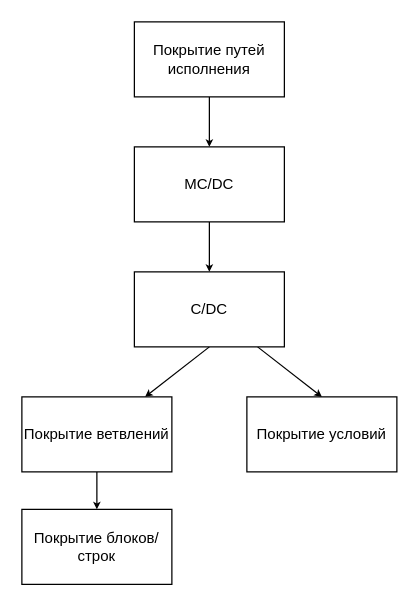
Before: images/Coverage_criteria.drawio in PakhomovAlexander/dissertation, a draw.io diagram. Source tidied: cells renumbered, new cells numbered last; positions are measured from the earlier drawing's top-left corner, leaving out a move shared by most shapes. Both pictures are drawn from the tidied source at 125%, with x=0, y=0 at pixel (21, 21).
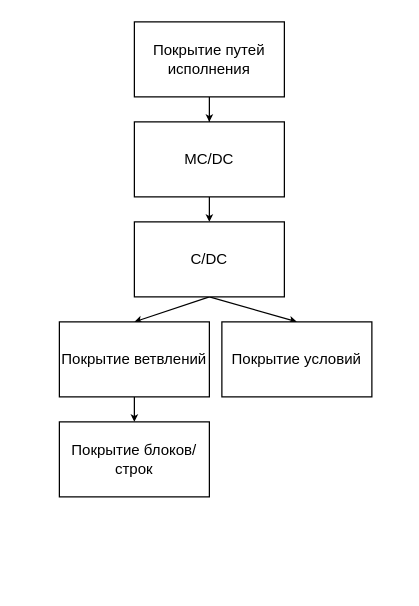
The same page after the edit.

The edit, as a diff of the source:
```diff
@@
 <mxGraphModel>
   <root>
     <mxCell id="0" />
     <mxCell id="1" parent="0" />
     <mxCell id="2" style="edgeStyle=orthogonalEdgeStyle;rounded=0;jettySize=auto;html=1;entryX=0.5;entryY=0;entryDx=0;entryDy=0;endSize=3;" parent="1" edge="1" source="3" target="5">
       <mxGeometry relative="1" as="geometry" />
     </mxCell>
     <mxCell id="3" value="Покрытие путей исполнения" style="rounded=0;whiteSpace=wrap;html=1;" parent="1" vertex="1">
       <mxGeometry x="90" width="120" height="60" as="geometry" />
     </mxCell>
     <mxCell id="4" style="edgeStyle=orthogonalEdgeStyle;rounded=0;jettySize=auto;html=1;exitX=0.5;exitY=1;exitDx=0;exitDy=0;entryX=0.5;entryY=0;entryDx=0;entryDy=0;endSize=3;" parent="1" edge="1" source="5" target="8">
       <mxGeometry relative="1" as="geometry" />
     </mxCell>
     <mxCell id="5" value="MC/DC" style="rounded=0;whiteSpace=wrap;html=1;" parent="1" vertex="1">
-      <mxGeometry x="90" y="100" width="120" height="60" as="geometry" />
+      <mxGeometry x="90" y="80" width="120" height="60" as="geometry" />
     </mxCell>
-    <mxCell id="6" style="rounded=0;jettySize=auto;html=1;exitX=0.5;exitY=1;exitDx=0;exitDy=0;endSize=3;" parent="1" edge="1" source="8" target="10">
+    <mxCell id="6" style="rounded=0;jettySize=auto;html=1;exitX=0.5;exitY=1;exitDx=0;exitDy=0;endSize=3;entryX=0.5;entryY=0;entryDx=0;entryDy=0;" parent="1" edge="1" source="8" target="10">
       <mxGeometry relative="1" as="geometry" />
     </mxCell>
-    <mxCell id="7" style="edgeStyle=none;rounded=0;jettySize=auto;html=1;entryX=0.5;entryY=0;entryDx=0;entryDy=0;endSize=3;" parent="1" edge="1" source="8" target="12">
+    <mxCell id="7" style="edgeStyle=none;rounded=0;jettySize=auto;html=1;entryX=0.5;entryY=0;entryDx=0;entryDy=0;endSize=3;exitX=0.5;exitY=1;exitDx=0;exitDy=0;" parent="1" edge="1" source="8" target="12">
       <mxGeometry relative="1" as="geometry" />
     </mxCell>
     <mxCell id="8" value="C/DC" style="rounded=0;whiteSpace=wrap;html=1;" parent="1" vertex="1">
-      <mxGeometry x="90" y="200" width="120" height="60" as="geometry" />
+      <mxGeometry x="90" y="160" width="120" height="60" as="geometry" />
     </mxCell>
     <mxCell id="9" style="edgeStyle=none;rounded=0;jettySize=auto;html=1;entryX=0.5;entryY=0;entryDx=0;entryDy=0;endSize=3;" parent="1" edge="1" source="10" target="11">
       <mxGeometry relative="1" as="geometry" />
     </mxCell>
     <mxCell id="10" value="Покрытие ветвлений" style="rounded=0;whiteSpace=wrap;html=1;" parent="1" vertex="1">
-      <mxGeometry y="300" width="120" height="60" as="geometry" />
+      <mxGeometry x="30" y="240" width="120" height="60" as="geometry" />
     </mxCell>
     <mxCell id="11" value="Покрытие блоков/строк" style="rounded=0;whiteSpace=wrap;html=1;" parent="1" vertex="1">
-      <mxGeometry y="390" width="120" height="60" as="geometry" />
+      <mxGeometry x="30" y="320" width="120" height="60" as="geometry" />
     </mxCell>
     <mxCell id="12" value="Покрытие условий" style="rounded=0;whiteSpace=wrap;html=1;" parent="1" vertex="1">
-      <mxGeometry x="180" y="300" width="120" height="60" as="geometry" />
+      <mxGeometry x="160" y="240" width="120" height="60" as="geometry" />
     </mxCell>
   </root>
 </mxGraphModel>
```
